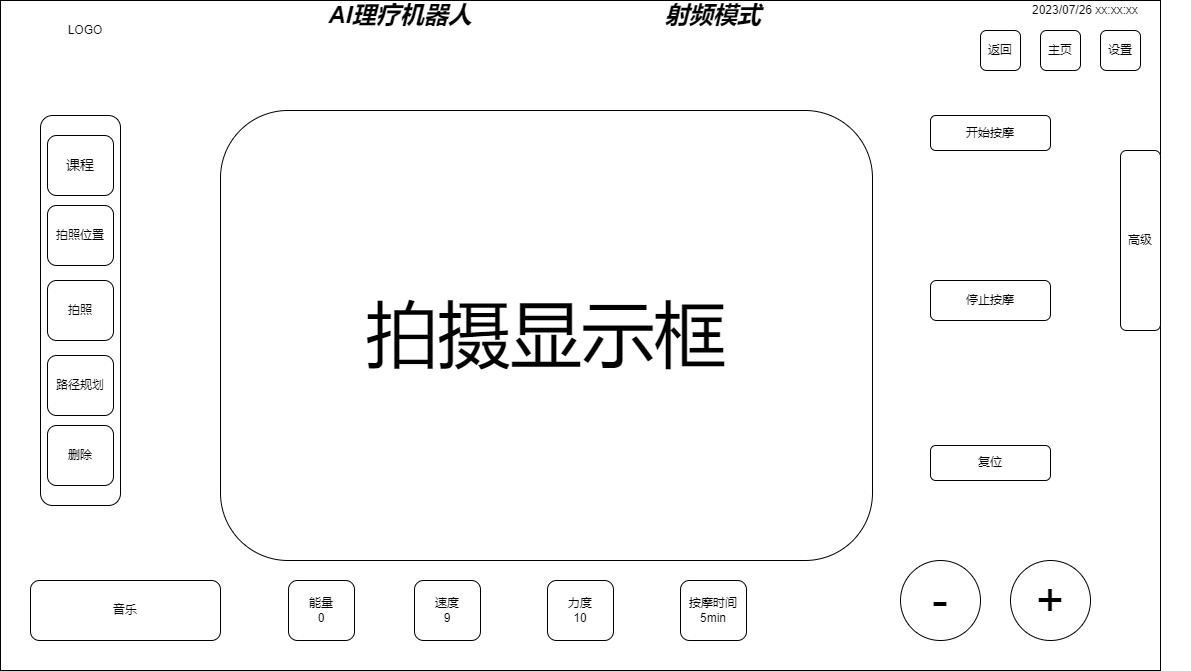
Earlier version of the draw.io export MiaoMiRadio.png (Durpe/Drawio). Source tidied: cells renumbered, new cells last; positions are measured from the earlier drawing's top-left corner, leaving out a move shared by most shapes.
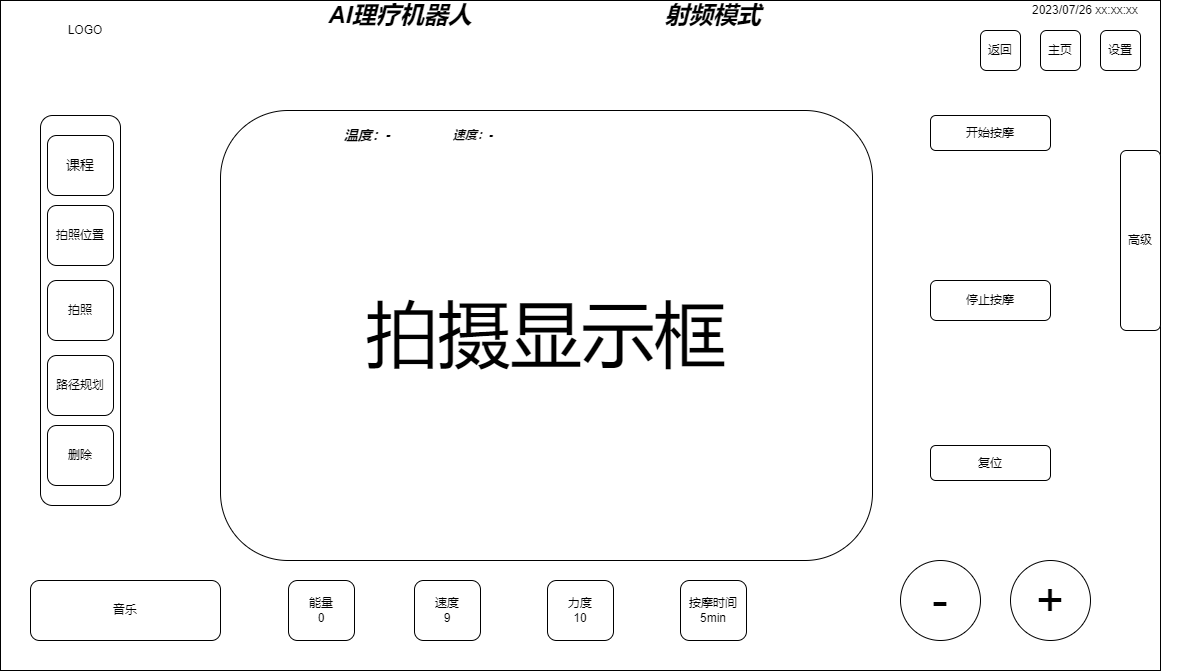
After the change.

What changed in the source:
```diff
@@ -80,5 +80,11 @@
     <mxCell id="27" value="返回" style="rounded=1;whiteSpace=wrap;html=1;" parent="1" vertex="1">
       <mxGeometry x="980" y="30" width="40" height="40" as="geometry" />
     </mxCell>
+    <mxCell id="28" value="&lt;b&gt;&lt;i&gt;&lt;font style=&quot;font-size: 14px;&quot;&gt;温度：-&lt;/font&gt;&lt;/i&gt;&lt;/b&gt;" style="text;html=1;strokeColor=none;fillColor=none;align=center;verticalAlign=middle;whiteSpace=wrap;rounded=0;" parent="1" vertex="1">
+      <mxGeometry x="324" y="120" width="86" height="30" as="geometry" />
+    </mxCell>
+    <mxCell id="29" value="&lt;b&gt;&lt;i&gt;速度：-&lt;/i&gt;&lt;/b&gt;" style="text;html=1;strokeColor=none;fillColor=none;align=center;verticalAlign=middle;whiteSpace=wrap;rounded=0;" parent="1" vertex="1">
+      <mxGeometry x="430" y="120" width="86" height="30" as="geometry" />
+    </mxCell>
   </root>
 </mxGraphModel>
```
